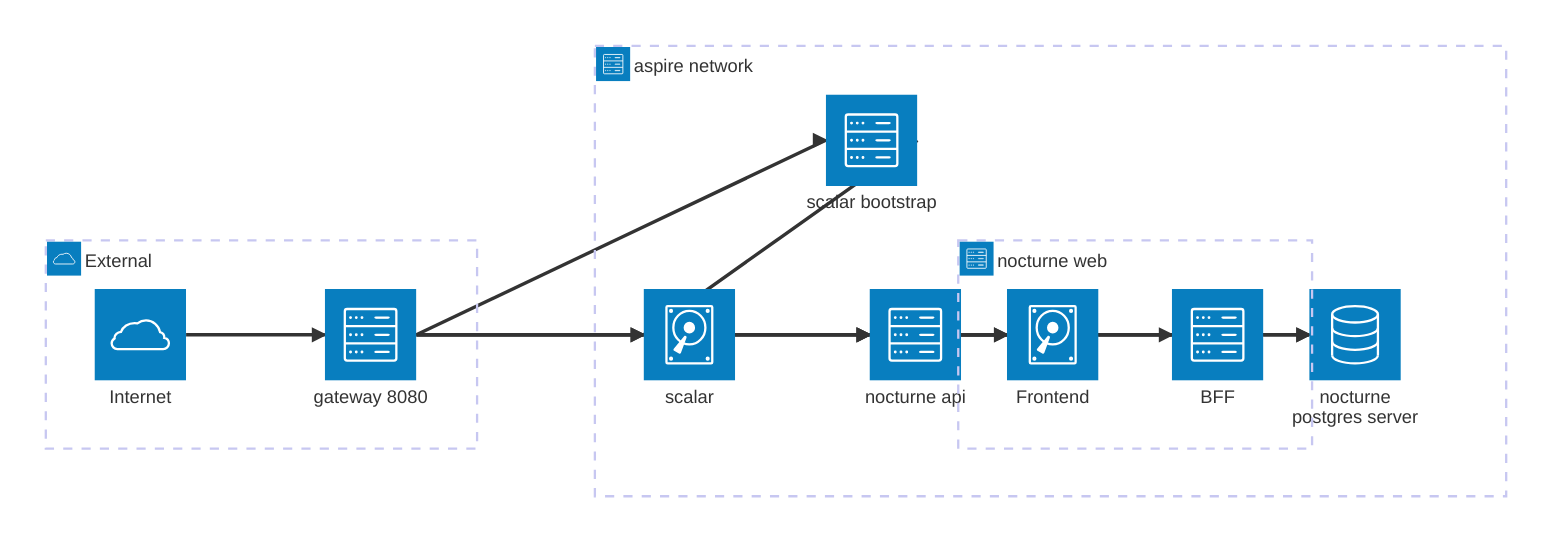
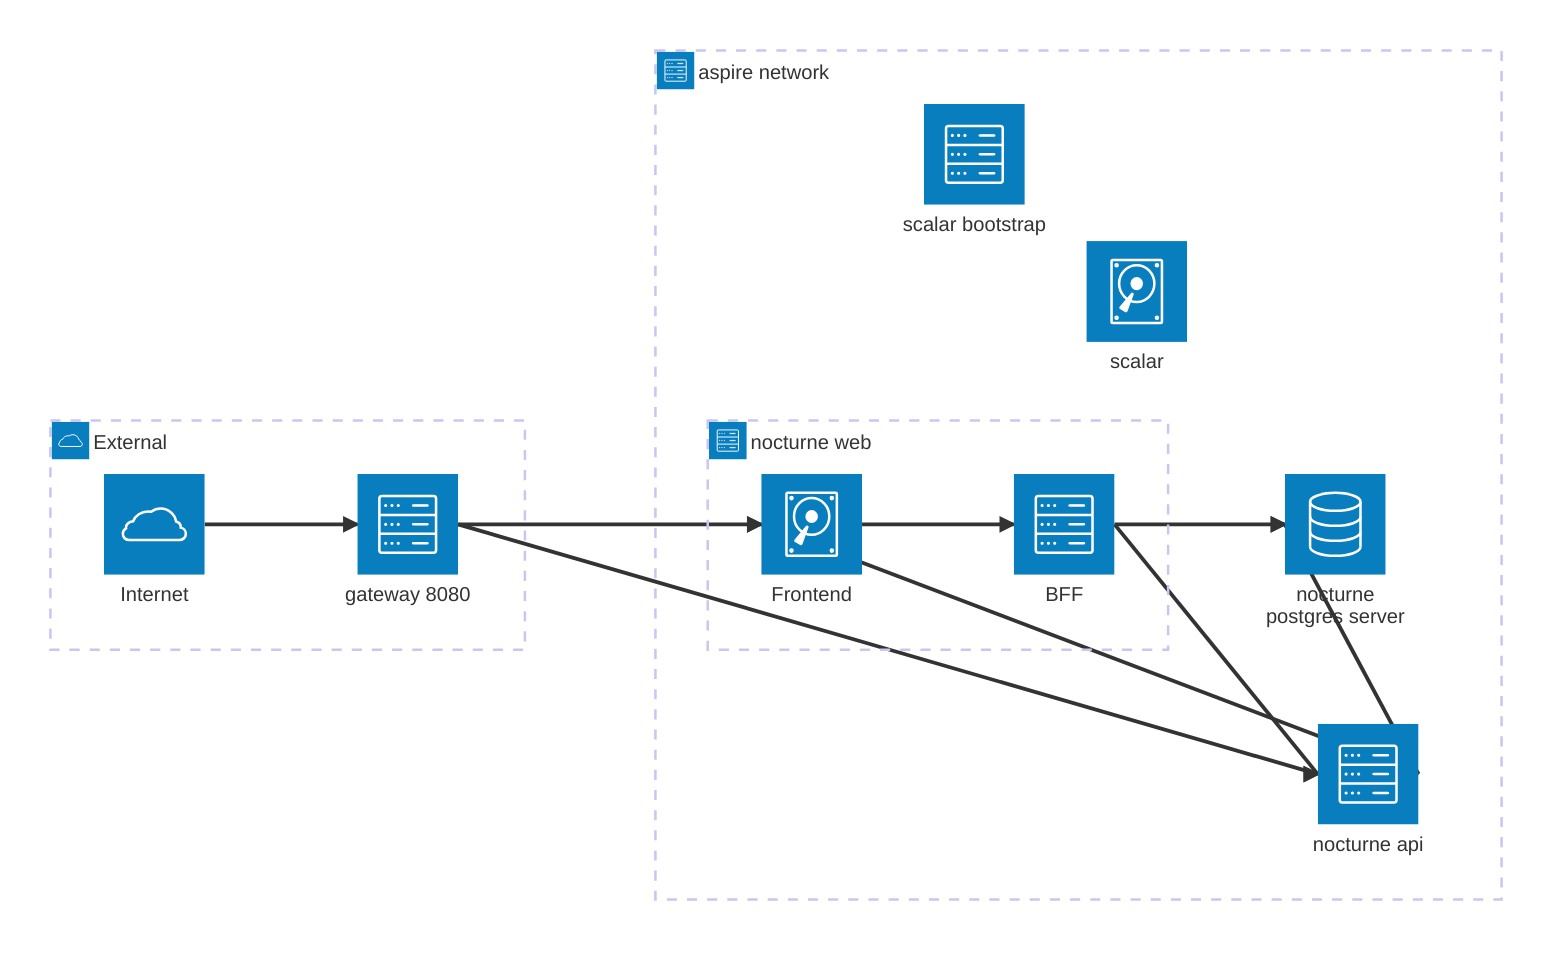
architecture-beta
    group external(cloud)[External]
    group internal(server)[aspire network]

    service internet(cloud)[Internet] in external
    service nocturne_postgres_server(database)[nocturne postgres server] in internal
    service nocturne_api(server)[nocturne api] in internal
    group nocturne_web_group(server)[nocturne web] in internal
    service nocturne_web_bff(server)[BFF] in nocturne_web_group
    service nocturne_web_frontend(disk)[Frontend] in nocturne_web_group
    service scalar(disk)[scalar] in internal
    service scalar_bootstrap(server)[scalar bootstrap] in internal
    service gateway(server)[gateway 8080] in external

    internet:R --> L:gateway
    nocturne_api:R --> L:nocturne_postgres_server
    nocturne_api:R --> L:nocturne_web_frontend
    nocturne_web_bff:R --> L:nocturne_api
    nocturne_web_bff:R --> L:nocturne_postgres_server
-     scalar:R --> L:nocturne_api
-     scalar_bootstrap:R --> L:scalar
    gateway:R --> L:nocturne_api
    gateway:R --> L:nocturne_web_frontend
-     gateway:R --> L:scalar_bootstrap
-     gateway:R --> L:scalar
    nocturne_web_frontend:R --> L:nocturne_web_bff